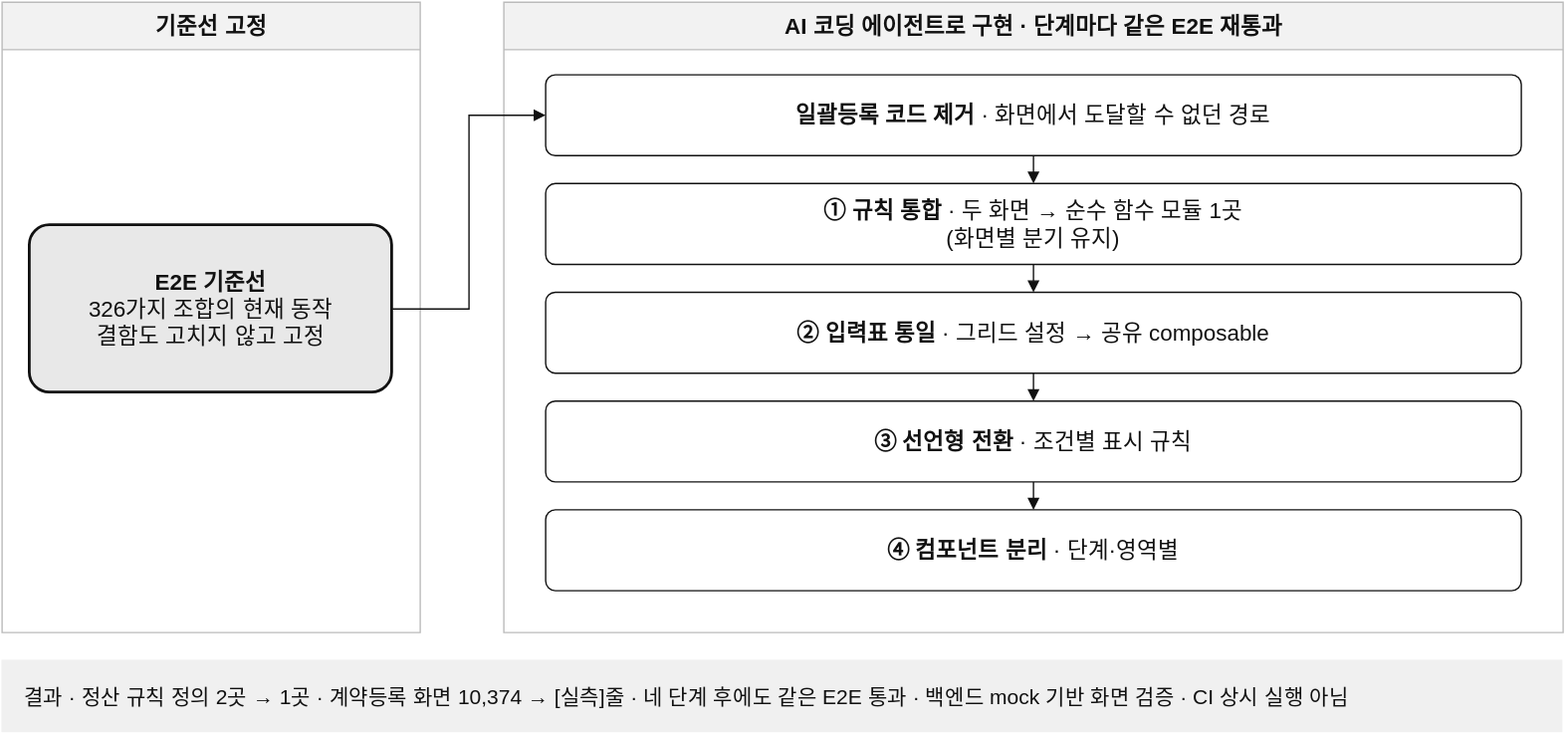
reasonjun/portfolio keeps this draw.io diagram as public/diagrams/e2e-regression-baseline.drawio.svg. Above is the earlier version. Source tidied: cells renumbered, new cells last; positions are measured from the earlier drawing's top-left corner, leaving out a move shared by most shapes. Its diagram source:
```xml
<mxGraphModel background="#FFFFFF">
  <root>
    <mxCell id="0" />
    <mxCell id="1" parent="0" />
    <mxCell id="2" value="&lt;b&gt;기준선 고정&lt;/b&gt;" style="swimlane;startSize=34;html=1;fontSize=16;fontColor=#111111;strokeColor=#BBBBBB;fillColor=#F2F2F2;swimlaneFillColor=#FFFFFF;rounded=0;" parent="1" vertex="1">
      <mxGeometry width="300" height="452" as="geometry" />
    </mxCell>
    <mxCell id="3" value="&lt;b&gt;E2E 기준선&lt;/b&gt;&lt;br&gt;326가지 조합의 현재 동작&lt;br&gt;결함도 고치지 않고 고정" style="rounded=1;whiteSpace=wrap;html=1;fontSize=16;fontColor=#111111;strokeColor=#111111;strokeWidth=2;fillColor=#E8E8E8;arcSize=12;" parent="1" vertex="1">
      <mxGeometry x="20" y="160" width="260" height="120" as="geometry" />
    </mxCell>
    <mxCell id="4" value="&lt;b&gt;AI 코딩 에이전트로 구현 · 단계마다 같은 E2E 재통과&lt;/b&gt;" style="swimlane;startSize=34;html=1;fontSize=16;fontColor=#111111;strokeColor=#BBBBBB;fillColor=#F2F2F2;swimlaneFillColor=#FFFFFF;rounded=0;" parent="1" vertex="1">
      <mxGeometry x="360" width="760" height="452" as="geometry" />
    </mxCell>
    <mxCell id="5" value="&lt;b&gt;일괄등록 코드 제거&lt;/b&gt; · 화면에서 도달할 수 없던 경로" style="rounded=1;whiteSpace=wrap;html=1;fontSize=16;fontColor=#111111;strokeColor=#111111;fillColor=#FFFFFF;arcSize=12;" parent="1" vertex="1">
      <mxGeometry x="390" y="52" width="700" height="58" as="geometry" />
    </mxCell>
    <mxCell id="6" value="&lt;b&gt;① 규칙 통합&lt;/b&gt; · 두 화면 → 순수 함수 모듈 1곳&lt;br&gt;(화면별 분기 유지)" style="rounded=1;whiteSpace=wrap;html=1;fontSize=16;fontColor=#111111;strokeColor=#111111;fillColor=#FFFFFF;arcSize=12;" parent="1" vertex="1">
      <mxGeometry x="390" y="130" width="700" height="58" as="geometry" />
    </mxCell>
    <mxCell id="7" value="&lt;b&gt;② 입력표 통일&lt;/b&gt; · 그리드 설정 → 공유 composable" style="rounded=1;whiteSpace=wrap;html=1;fontSize=16;fontColor=#111111;strokeColor=#111111;fillColor=#FFFFFF;arcSize=12;" parent="1" vertex="1">
      <mxGeometry x="390" y="208" width="700" height="58" as="geometry" />
    </mxCell>
    <mxCell id="8" value="&lt;b&gt;③ 선언형 전환&lt;/b&gt; · 조건별 표시 규칙" style="rounded=1;whiteSpace=wrap;html=1;fontSize=16;fontColor=#111111;strokeColor=#111111;fillColor=#FFFFFF;arcSize=12;" parent="1" vertex="1">
      <mxGeometry x="390" y="286" width="700" height="58" as="geometry" />
    </mxCell>
    <mxCell id="9" value="&lt;b&gt;④ 컴포넌트 분리&lt;/b&gt; · 단계·영역별" style="rounded=1;whiteSpace=wrap;html=1;fontSize=16;fontColor=#111111;strokeColor=#111111;fillColor=#FFFFFF;arcSize=12;" parent="1" vertex="1">
      <mxGeometry x="390" y="364" width="700" height="58" as="geometry" />
    </mxCell>
    <mxCell id="10" style="endArrow=block;endFill=1;html=1;strokeColor=#111111;edgeStyle=orthogonalEdgeStyle;rounded=0;exitX=1;exitY=0.5;entryX=0;entryY=0.5;" parent="1" edge="1" source="3" target="5">
      <mxGeometry relative="1" as="geometry" />
    </mxCell>
    <mxCell id="11" style="endArrow=block;endFill=1;html=1;strokeColor=#111111;edgeStyle=orthogonalEdgeStyle;rounded=0;exitX=0.5;exitY=1;entryX=0.5;entryY=0;" parent="1" edge="1" source="5" target="6">
      <mxGeometry relative="1" as="geometry" />
    </mxCell>
    <mxCell id="12" style="endArrow=block;endFill=1;html=1;strokeColor=#111111;edgeStyle=orthogonalEdgeStyle;rounded=0;exitX=0.5;exitY=1;entryX=0.5;entryY=0;" parent="1" edge="1" source="6" target="7">
      <mxGeometry relative="1" as="geometry" />
    </mxCell>
    <mxCell id="13" style="endArrow=block;endFill=1;html=1;strokeColor=#111111;edgeStyle=orthogonalEdgeStyle;rounded=0;exitX=0.5;exitY=1;entryX=0.5;entryY=0;" parent="1" edge="1" source="7" target="8">
      <mxGeometry relative="1" as="geometry" />
    </mxCell>
    <mxCell id="14" style="endArrow=block;endFill=1;html=1;strokeColor=#111111;edgeStyle=orthogonalEdgeStyle;rounded=0;exitX=0.5;exitY=1;entryX=0.5;entryY=0;" parent="1" edge="1" source="8" target="9">
      <mxGeometry relative="1" as="geometry" />
    </mxCell>
    <mxCell id="15" value="결과 · 정산 규칙 정의 2곳 → 1곳 · 계약등록 화면 10,374 → [실측]줄 · 네 단계 후에도 같은 E2E 통과 · 백엔드 mock 기반 화면 검증 · CI 상시 실행 아님" style="rounded=0;whiteSpace=wrap;html=1;fontSize=15;fontColor=#111111;strokeColor=none;fillColor=#F0F0F0;align=left;spacingLeft=14;" parent="1" vertex="1">
      <mxGeometry y="472" width="1120" height="52" as="geometry" />
    </mxCell>
  </root>
</mxGraphModel>
```
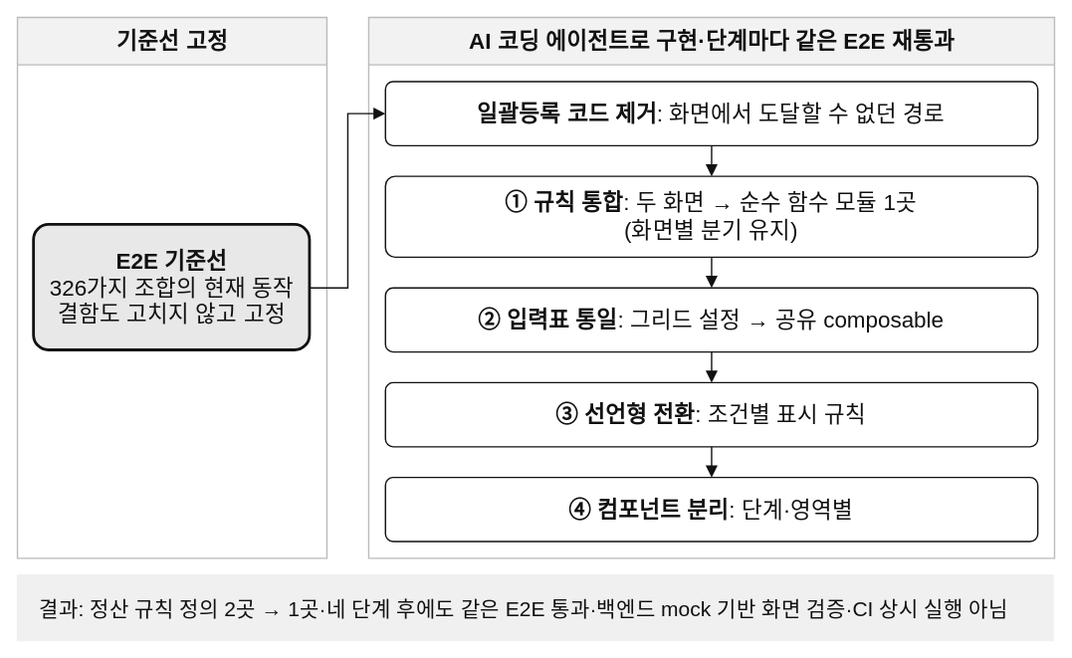
After the change.

What changed in the source:
```diff
@@ -3,28 +3,28 @@
     <mxCell id="0" />
     <mxCell id="1" parent="0" />
     <mxCell id="2" value="&lt;b&gt;기준선 고정&lt;/b&gt;" style="swimlane;startSize=34;html=1;fontSize=16;fontColor=#111111;strokeColor=#BBBBBB;fillColor=#F2F2F2;swimlaneFillColor=#FFFFFF;rounded=0;" parent="1" vertex="1">
-      <mxGeometry width="300" height="452" as="geometry" />
+      <mxGeometry width="222" height="388" as="geometry" />
     </mxCell>
     <mxCell id="3" value="&lt;b&gt;E2E 기준선&lt;/b&gt;&lt;br&gt;326가지 조합의 현재 동작&lt;br&gt;결함도 고치지 않고 고정" style="rounded=1;whiteSpace=wrap;html=1;fontSize=16;fontColor=#111111;strokeColor=#111111;strokeWidth=2;fillColor=#E8E8E8;arcSize=12;" parent="1" vertex="1">
-      <mxGeometry x="20" y="160" width="260" height="120" as="geometry" />
+      <mxGeometry x="12" y="149" width="198" height="90" as="geometry" />
     </mxCell>
-    <mxCell id="4" value="&lt;b&gt;AI 코딩 에이전트로 구현 · 단계마다 같은 E2E 재통과&lt;/b&gt;" style="swimlane;startSize=34;html=1;fontSize=16;fontColor=#111111;strokeColor=#BBBBBB;fillColor=#F2F2F2;swimlaneFillColor=#FFFFFF;rounded=0;" parent="1" vertex="1">
-      <mxGeometry x="360" width="760" height="452" as="geometry" />
+    <mxCell id="4" value="&lt;b&gt;AI 코딩 에이전트로 구현·단계마다 같은 E2E 재통과&lt;/b&gt;" style="swimlane;startSize=34;html=1;fontSize=16;fontColor=#111111;strokeColor=#BBBBBB;fillColor=#F2F2F2;swimlaneFillColor=#FFFFFF;rounded=0;" parent="1" vertex="1">
+      <mxGeometry x="252" width="492" height="388" as="geometry" />
     </mxCell>
-    <mxCell id="5" value="&lt;b&gt;일괄등록 코드 제거&lt;/b&gt; · 화면에서 도달할 수 없던 경로" style="rounded=1;whiteSpace=wrap;html=1;fontSize=16;fontColor=#111111;strokeColor=#111111;fillColor=#FFFFFF;arcSize=12;" parent="1" vertex="1">
-      <mxGeometry x="390" y="52" width="700" height="58" as="geometry" />
+    <mxCell id="5" value="&lt;b&gt;일괄등록 코드 제거&lt;/b&gt;: 화면에서 도달할 수 없던 경로" style="rounded=1;whiteSpace=wrap;html=1;fontSize=16;fontColor=#111111;strokeColor=#111111;fillColor=#FFFFFF;arcSize=12;" parent="1" vertex="1">
+      <mxGeometry x="264" y="46" width="468" height="46" as="geometry" />
     </mxCell>
-    <mxCell id="6" value="&lt;b&gt;① 규칙 통합&lt;/b&gt; · 두 화면 → 순수 함수 모듈 1곳&lt;br&gt;(화면별 분기 유지)" style="rounded=1;whiteSpace=wrap;html=1;fontSize=16;fontColor=#111111;strokeColor=#111111;fillColor=#FFFFFF;arcSize=12;" parent="1" vertex="1">
-      <mxGeometry x="390" y="130" width="700" height="58" as="geometry" />
+    <mxCell id="6" value="&lt;b&gt;① 규칙 통합&lt;/b&gt;: 두 화면 → 순수 함수 모듈 1곳&lt;br&gt;(화면별 분기 유지)" style="rounded=1;whiteSpace=wrap;html=1;fontSize=16;fontColor=#111111;strokeColor=#111111;fillColor=#FFFFFF;arcSize=12;" parent="1" vertex="1">
+      <mxGeometry x="264" y="114" width="468" height="58" as="geometry" />
     </mxCell>
-    <mxCell id="7" value="&lt;b&gt;② 입력표 통일&lt;/b&gt; · 그리드 설정 → 공유 composable" style="rounded=1;whiteSpace=wrap;html=1;fontSize=16;fontColor=#111111;strokeColor=#111111;fillColor=#FFFFFF;arcSize=12;" parent="1" vertex="1">
-      <mxGeometry x="390" y="208" width="700" height="58" as="geometry" />
+    <mxCell id="7" value="&lt;b&gt;② 입력표 통일&lt;/b&gt;: 그리드 설정 → 공유 composable" style="rounded=1;whiteSpace=wrap;html=1;fontSize=16;fontColor=#111111;strokeColor=#111111;fillColor=#FFFFFF;arcSize=12;" parent="1" vertex="1">
+      <mxGeometry x="264" y="194" width="468" height="46" as="geometry" />
     </mxCell>
-    <mxCell id="8" value="&lt;b&gt;③ 선언형 전환&lt;/b&gt; · 조건별 표시 규칙" style="rounded=1;whiteSpace=wrap;html=1;fontSize=16;fontColor=#111111;strokeColor=#111111;fillColor=#FFFFFF;arcSize=12;" parent="1" vertex="1">
-      <mxGeometry x="390" y="286" width="700" height="58" as="geometry" />
+    <mxCell id="8" value="&lt;b&gt;③ 선언형 전환&lt;/b&gt;: 조건별 표시 규칙" style="rounded=1;whiteSpace=wrap;html=1;fontSize=16;fontColor=#111111;strokeColor=#111111;fillColor=#FFFFFF;arcSize=12;" parent="1" vertex="1">
+      <mxGeometry x="264" y="262" width="468" height="46" as="geometry" />
     </mxCell>
-    <mxCell id="9" value="&lt;b&gt;④ 컴포넌트 분리&lt;/b&gt; · 단계·영역별" style="rounded=1;whiteSpace=wrap;html=1;fontSize=16;fontColor=#111111;strokeColor=#111111;fillColor=#FFFFFF;arcSize=12;" parent="1" vertex="1">
-      <mxGeometry x="390" y="364" width="700" height="58" as="geometry" />
+    <mxCell id="9" value="&lt;b&gt;④ 컴포넌트 분리&lt;/b&gt;: 단계·영역별" style="rounded=1;whiteSpace=wrap;html=1;fontSize=16;fontColor=#111111;strokeColor=#111111;fillColor=#FFFFFF;arcSize=12;" parent="1" vertex="1">
+      <mxGeometry x="264" y="330" width="468" height="46" as="geometry" />
     </mxCell>
     <mxCell id="10" style="endArrow=block;endFill=1;html=1;strokeColor=#111111;edgeStyle=orthogonalEdgeStyle;rounded=0;exitX=1;exitY=0.5;entryX=0;entryY=0.5;" parent="1" edge="1" source="3" target="5">
       <mxGeometry relative="1" as="geometry" />
@@ -41,8 +41,8 @@
     <mxCell id="14" style="endArrow=block;endFill=1;html=1;strokeColor=#111111;edgeStyle=orthogonalEdgeStyle;rounded=0;exitX=0.5;exitY=1;entryX=0.5;entryY=0;" parent="1" edge="1" source="8" target="9">
       <mxGeometry relative="1" as="geometry" />
     </mxCell>
-    <mxCell id="15" value="결과 · 정산 규칙 정의 2곳 → 1곳 · 계약등록 화면 10,374 → [실측]줄 · 네 단계 후에도 같은 E2E 통과 · 백엔드 mock 기반 화면 검증 · CI 상시 실행 아님" style="rounded=0;whiteSpace=wrap;html=1;fontSize=15;fontColor=#111111;strokeColor=none;fillColor=#F0F0F0;align=left;spacingLeft=14;" parent="1" vertex="1">
-      <mxGeometry y="472" width="1120" height="52" as="geometry" />
+    <mxCell id="15" value="결과: 정산 규칙 정의 2곳 → 1곳·네 단계 후에도 같은 E2E 통과·백엔드 mock 기반 화면 검증·CI 상시 실행 아님" style="rounded=0;whiteSpace=wrap;html=1;fontSize=15;fontColor=#111111;strokeColor=none;fillColor=#F0F0F0;align=left;spacingLeft=14;" parent="1" vertex="1">
+      <mxGeometry y="400" width="744" height="48" as="geometry" />
     </mxCell>
   </root>
 </mxGraphModel>
```
